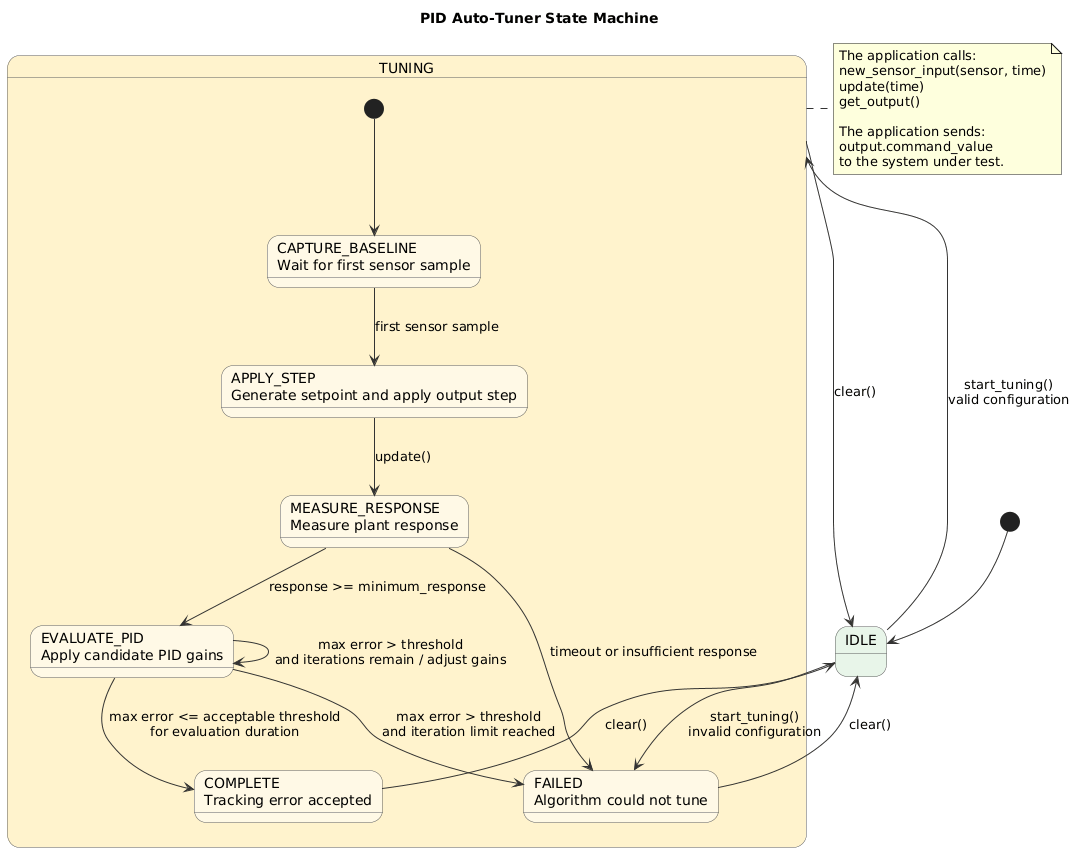
The PlantUML diagram Systems/Navigation/doc/puml/PIDAutoTunerStateMachine.png in fastrobotics/robot_framework, before a commit.
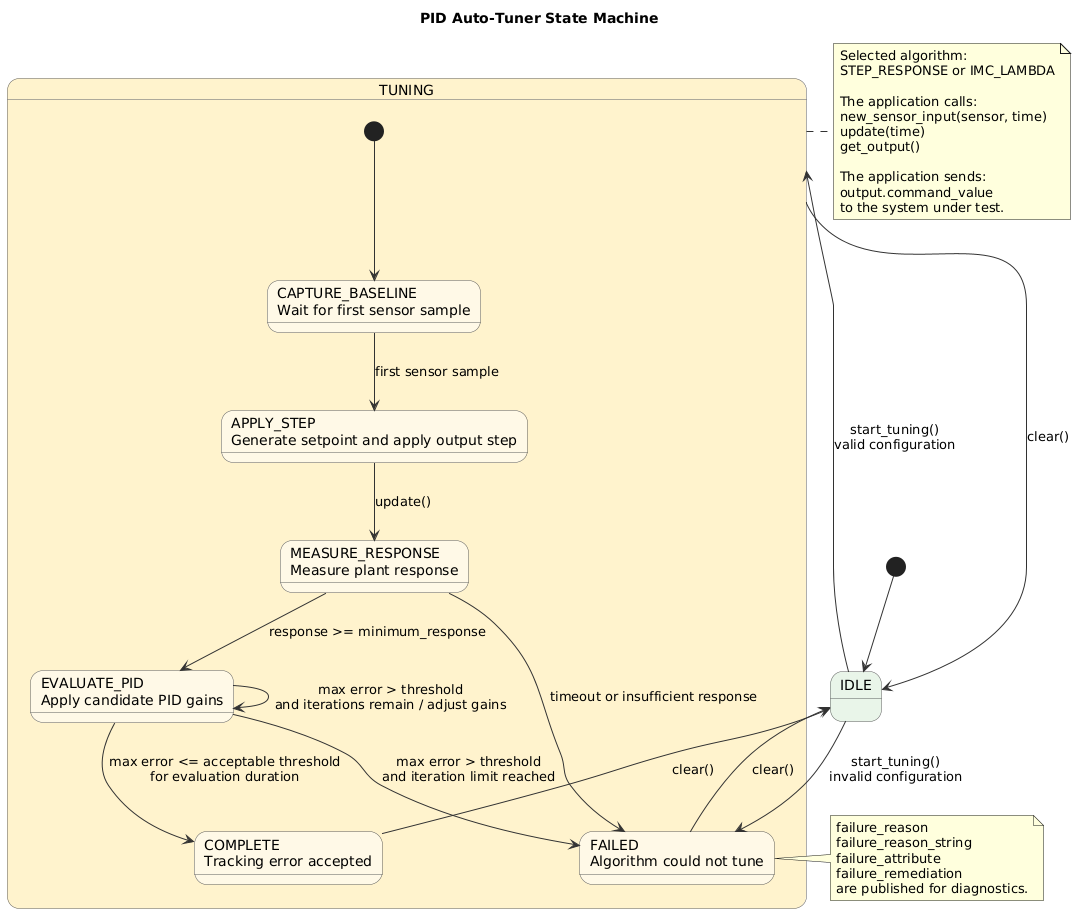
Later version of the same file.

The edit, as a diff of the source:
```diff
@@ -29,6 +29,14 @@
      EVALUATE_PID --> FAILED : max error > threshold\nand iteration limit reached
  }
 
+ note right of FAILED
+   failure_reason
+   failure_reason_string
+   failure_attribute
+   failure_remediation
+   are published for diagnostics.
+ end note
+
  IDLE --> TUNING : start_tuning()\nvalid configuration
  IDLE --> FAILED : start_tuning()\ninvalid configuration
  TUNING --> IDLE : clear()
@@ -36,6 +44,9 @@
  FAILED --> IDLE : clear()
 
  note right of TUNING
+   Selected algorithm:
+   STEP_RESPONSE or IMC_LAMBDA
+
    The application calls:
    new_sensor_input(sensor, time)
    update(time)
```
